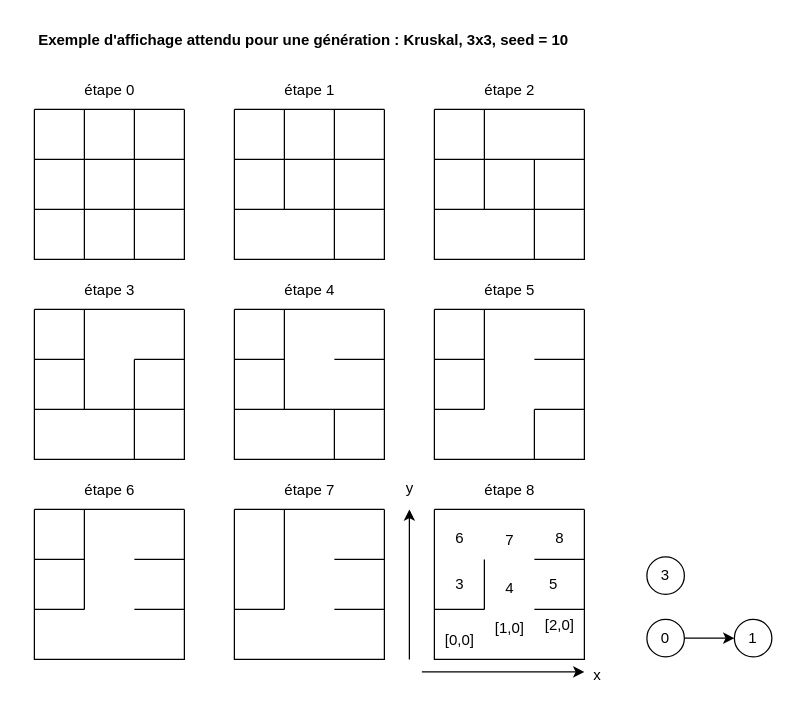
The draw.io diagram drawIoDiagram/display_exemple_3x3.drawio in Minetriforce/ProjetCynapse-ING1, before the edit. Source tidied: cells renumbered, new cells numbered last; positions are measured from the earlier drawing's top-left corner, leaving out a move shared by most shapes. Both pictures are drawn from the tidied source at 125%, with x=0, y=0 at pixel (21, 21).
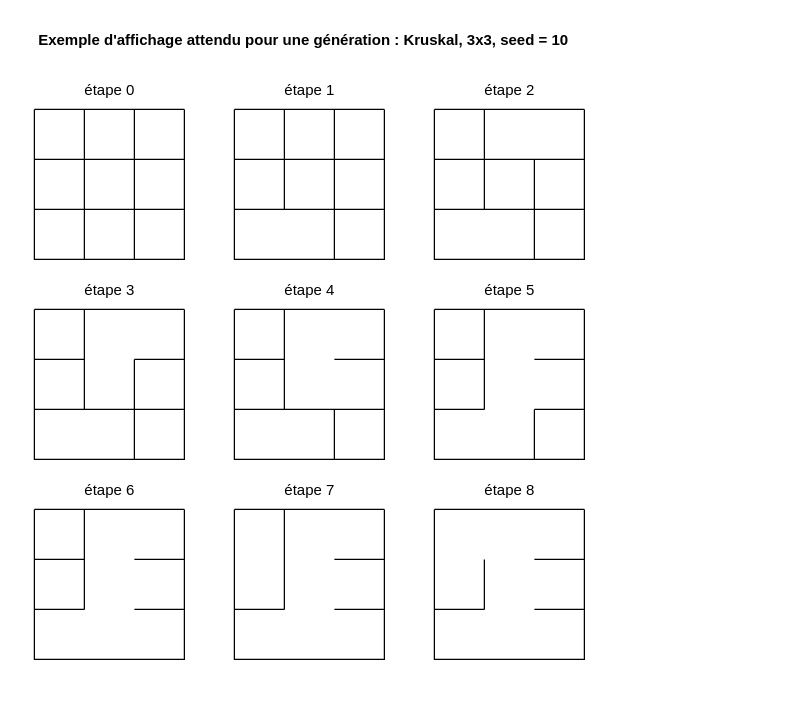
The same diagram, later.

The change refers to these unchanged cells:
```xml
<mxCell id="47" style="swimlane;startSize=0;" parent="1" vertex="1">
  <mxGeometry x="330" y="390" width="120" height="120" as="geometry" />
</mxCell>
```

Change to the diagram source:
```diff
@@
-    <mxCell id="52" value="[0,0]" style="text;html=1;align=center;verticalAlign=middle;strokeColor=none;fillColor=none;" parent="47" vertex="1">
-      <mxGeometry x="-5" y="90" width="50" height="30" as="geometry" />
-    </mxCell>
-    <mxCell id="53" value="5" style="text;html=1;align=center;verticalAlign=middle;strokeColor=none;fillColor=none;" parent="47" vertex="1">
-      <mxGeometry x="80" y="45" width="30" height="30" as="geometry" />
-    </mxCell>
-    <mxCell id="54" value="7" style="text;html=1;align=center;verticalAlign=middle;strokeColor=none;fillColor=none;" parent="47" vertex="1">
-      <mxGeometry x="45" y="10" width="30" height="30" as="geometry" />
-    </mxCell>
-    <mxCell id="55" value="[1,0]" style="text;html=1;align=center;verticalAlign=middle;strokeColor=none;fillColor=none;" parent="47" vertex="1">
-      <mxGeometry x="35" y="80" width="50" height="30" as="geometry" />
-    </mxCell>
-    <mxCell id="56" value="3" style="text;html=1;align=center;verticalAlign=middle;strokeColor=none;fillColor=none;" parent="47" vertex="1">
-      <mxGeometry x="5" y="45" width="30" height="30" as="geometry" />
-    </mxCell>
@@
-    <mxCell id="67" value="[2,0]" style="text;html=1;align=center;verticalAlign=middle;strokeColor=none;fillColor=none;" parent="1" vertex="1">
-      <mxGeometry x="405" y="468" width="50" height="30" as="geometry" />
-    </mxCell>
-    <mxCell id="68" value="4" style="text;html=1;align=center;verticalAlign=middle;strokeColor=none;fillColor=none;" parent="1" vertex="1">
-      <mxGeometry x="375" y="438" width="30" height="30" as="geometry" />
-    </mxCell>
-    <mxCell id="69" value="6" style="text;html=1;align=center;verticalAlign=middle;strokeColor=none;fillColor=none;" parent="1" vertex="1">
-      <mxGeometry x="335" y="398" width="30" height="30" as="geometry" />
-    </mxCell>
-    <mxCell id="70" value="8" style="text;html=1;align=center;verticalAlign=middle;strokeColor=none;fillColor=none;" parent="1" vertex="1">
-      <mxGeometry x="415" y="398" width="30" height="30" as="geometry" />
-    </mxCell>
-    <mxCell id="71" style="endArrow=classic;html=1;" parent="1" edge="1">
-      <mxGeometry relative="1" as="geometry">
-        <mxPoint x="310" y="510" as="sourcePoint" />
-        <mxPoint x="310" y="390" as="targetPoint" />
-      </mxGeometry>
-    </mxCell>
-    <mxCell id="72" style="endArrow=classic;html=1;" parent="1" edge="1">
-      <mxGeometry relative="1" as="geometry">
-        <mxPoint x="320" y="520" as="sourcePoint" />
-        <mxPoint x="450" y="520" as="targetPoint" />
-      </mxGeometry>
-    </mxCell>
-    <mxCell id="73" value="x" style="text;html=1;align=center;verticalAlign=middle;strokeColor=none;fillColor=none;" parent="1" vertex="1">
-      <mxGeometry x="445" y="508" width="30" height="30" as="geometry" />
-    </mxCell>
-    <mxCell id="74" value="y" style="text;html=1;align=center;verticalAlign=middle;strokeColor=none;fillColor=none;" parent="1" vertex="1">
-      <mxGeometry x="295" y="358" width="30" height="30" as="geometry" />
-    </mxCell>
-    <mxCell id="75" style="edgeStyle=none;html=1;" parent="1" edge="1" source="76" target="77">
-      <mxGeometry relative="1" as="geometry" />
-    </mxCell>
-    <mxCell id="76" value="0" style="ellipse;whiteSpace=wrap;html=1;" parent="1" vertex="1">
-      <mxGeometry x="500" y="478" width="30" height="30" as="geometry" />
-    </mxCell>
-    <mxCell id="77" value="1" style="ellipse;whiteSpace=wrap;html=1;" parent="1" vertex="1">
-      <mxGeometry x="570" y="478" width="30" height="30" as="geometry" />
-    </mxCell>
-    <mxCell id="78" value="3" style="ellipse;whiteSpace=wrap;html=1;" parent="1" vertex="1">
-      <mxGeometry x="500" y="428" width="30" height="30" as="geometry" />
-    </mxCell>
```
